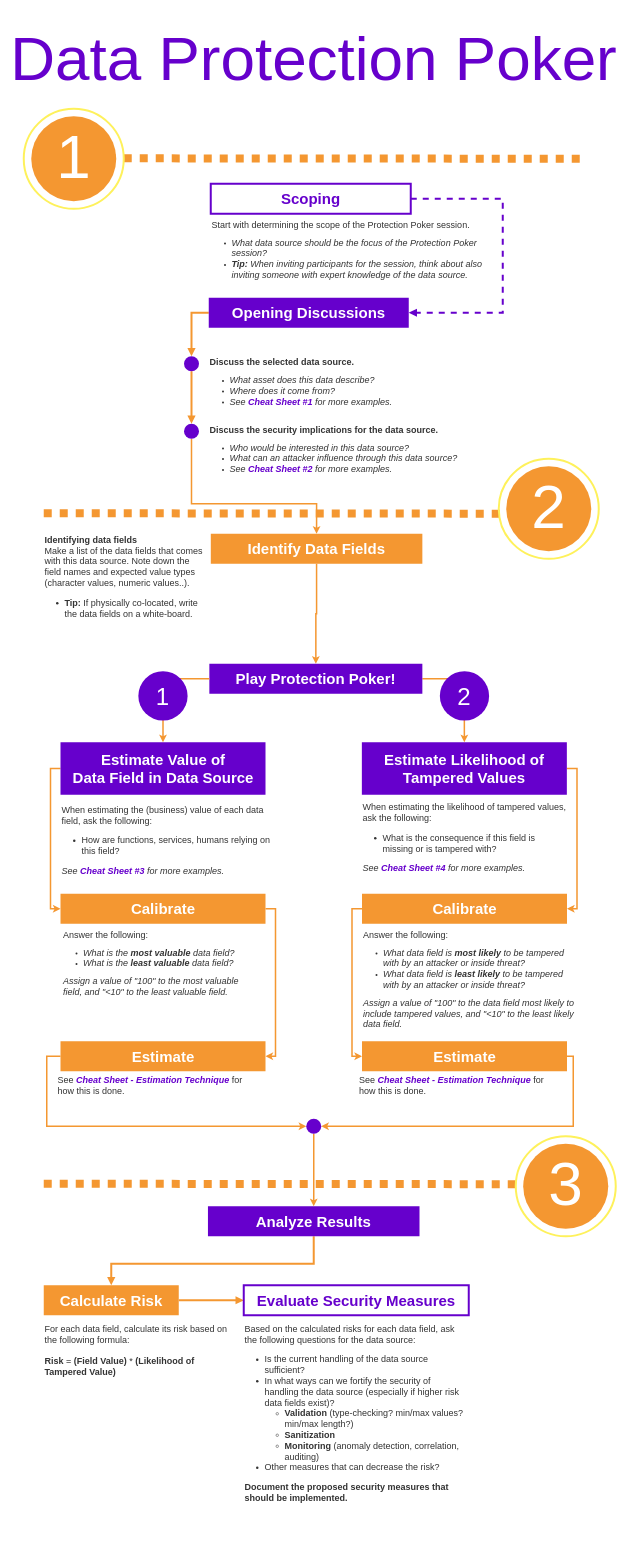
This is page "Full DPP" (2 of 6) of protection_poker.drawio from gullskatten/BPMN-models, a draw.io file, before an edit. Source tidied: cells renumbered, new cells numbered last; positions are measured from the earlier drawing's top-left corner, leaving out a move shared by most shapes. Both pictures are drawn from the tidied source at 50%, with x=0, y=0 at pixel (8, 8).
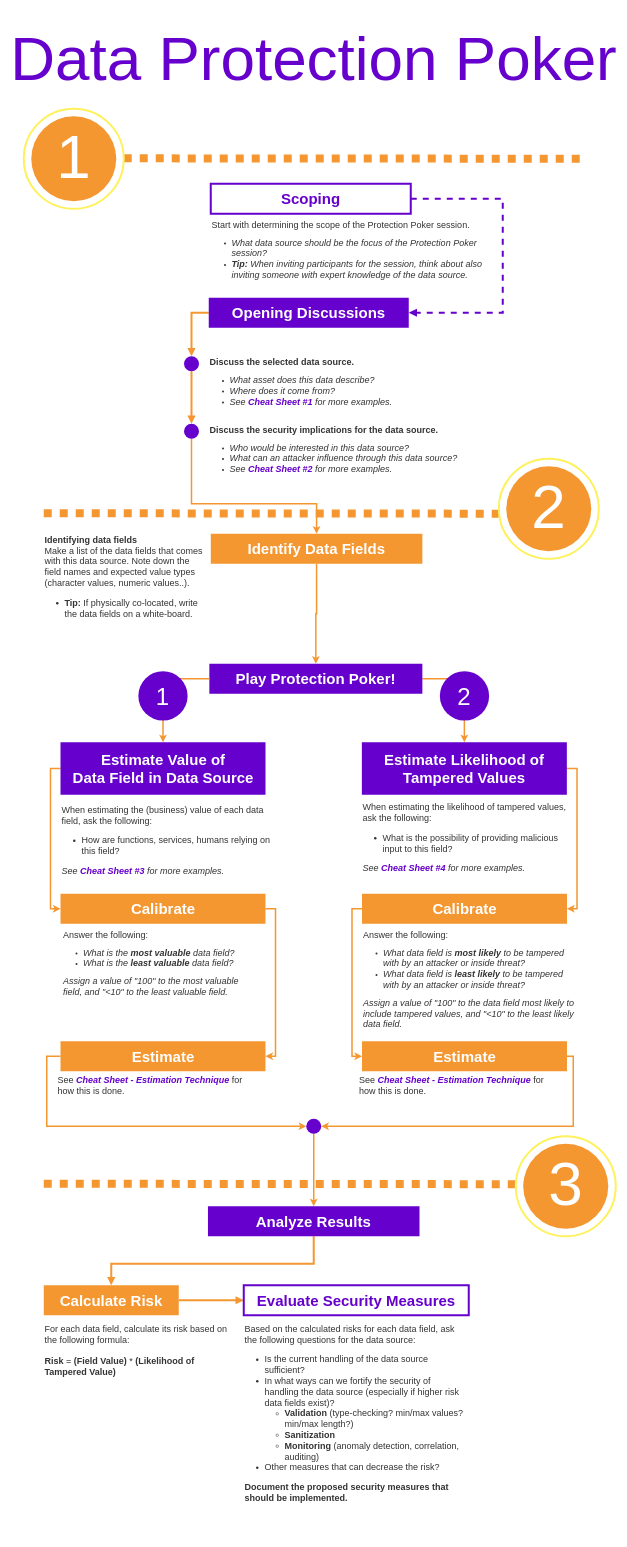
After the change.

Change to the diagram source:
```diff
@@
-    <mxCell id="59" value="&lt;font style=&quot;font-size: 18px&quot;&gt;&lt;font style=&quot;font-size: 18px&quot;&gt;When estimating the likelihood of tampered values,&lt;/font&gt;&lt;font style=&quot;font-size: 18px&quot;&gt;&lt;font style=&quot;font-size: 18px&quot;&gt; ask the following:&lt;/font&gt;&lt;/font&gt;&lt;/font&gt;&lt;ul style=&quot;font-size: 18px&quot;&gt;&lt;li&gt;&lt;font style=&quot;font-size: 18px&quot;&gt;What is the consequence if this field is missing or is tampered with?&lt;/font&gt;&lt;/li&gt;&lt;/ul&gt;&lt;div&gt;&lt;span style=&quot;font-size: 18px ; font-style: italic&quot;&gt;See&amp;nbsp;&lt;font color=&quot;#6600cc&quot;&gt;&lt;b&gt;Cheat Sheet&amp;nbsp;&lt;/b&gt;&lt;/font&gt;&lt;/span&gt;&lt;font color=&quot;#6600cc&quot; style=&quot;color: rgb(102 , 0 , 204) ; font-size: 18px ; font-style: italic&quot;&gt;&lt;b&gt;#4&lt;/b&gt;&lt;/font&gt;&lt;span style=&quot;font-size: 18px ; font-style: italic&quot;&gt;&amp;nbsp;&lt;/span&gt;&lt;span style=&quot;font-size: 18px ; font-style: italic&quot;&gt;for more examples.&lt;/span&gt;&lt;span style=&quot;font-size: 18px&quot;&gt;&lt;br&gt;&lt;/span&gt;&lt;/div&gt;" style="text;spacingTop=-5;fillColor=#ffffff;whiteSpace=wrap;html=1;align=left;fontSize=14;fontFamily=Helvetica;fillColor=none;strokeColor=none;rounded=0;shadow=0;dashed=0;fontColor=#333333;" parent="1" vertex="1">
+    <mxCell id="59" value="&lt;font style=&quot;font-size: 18px&quot;&gt;&lt;font style=&quot;font-size: 18px&quot;&gt;When estimating the likelihood of tampered values,&lt;/font&gt;&lt;font style=&quot;font-size: 18px&quot;&gt;&lt;font style=&quot;font-size: 18px&quot;&gt; ask the following:&lt;/font&gt;&lt;/font&gt;&lt;/font&gt;&lt;ul style=&quot;font-size: 18px&quot;&gt;&lt;li&gt;&lt;font style=&quot;font-size: 18px&quot;&gt;What is the possibility of providing malicious input to this field?&lt;/font&gt;&lt;/li&gt;&lt;/ul&gt;&lt;div&gt;&lt;span style=&quot;font-size: 18px ; font-style: italic&quot;&gt;See&amp;nbsp;&lt;font color=&quot;#6600cc&quot;&gt;&lt;b&gt;Cheat Sheet&amp;nbsp;&lt;/b&gt;&lt;/font&gt;&lt;/span&gt;&lt;font color=&quot;#6600cc&quot; style=&quot;color: rgb(102 , 0 , 204) ; font-size: 18px ; font-style: italic&quot;&gt;&lt;b&gt;#4&lt;/b&gt;&lt;/font&gt;&lt;span style=&quot;font-size: 18px ; font-style: italic&quot;&gt;&amp;nbsp;&lt;/span&gt;&lt;span style=&quot;font-size: 18px ; font-style: italic&quot;&gt;for more examples.&lt;/span&gt;&lt;span style=&quot;font-size: 18px&quot;&gt;&lt;br&gt;&lt;/span&gt;&lt;/div&gt;" style="text;spacingTop=-5;fillColor=#ffffff;whiteSpace=wrap;html=1;align=left;fontSize=14;fontFamily=Helvetica;fillColor=none;strokeColor=none;rounded=0;shadow=0;dashed=0;fontColor=#333333;" parent="1" vertex="1">
       <mxGeometry x="706.2" y="1585" width="411" height="180" as="geometry" />
     </mxCell>
```
